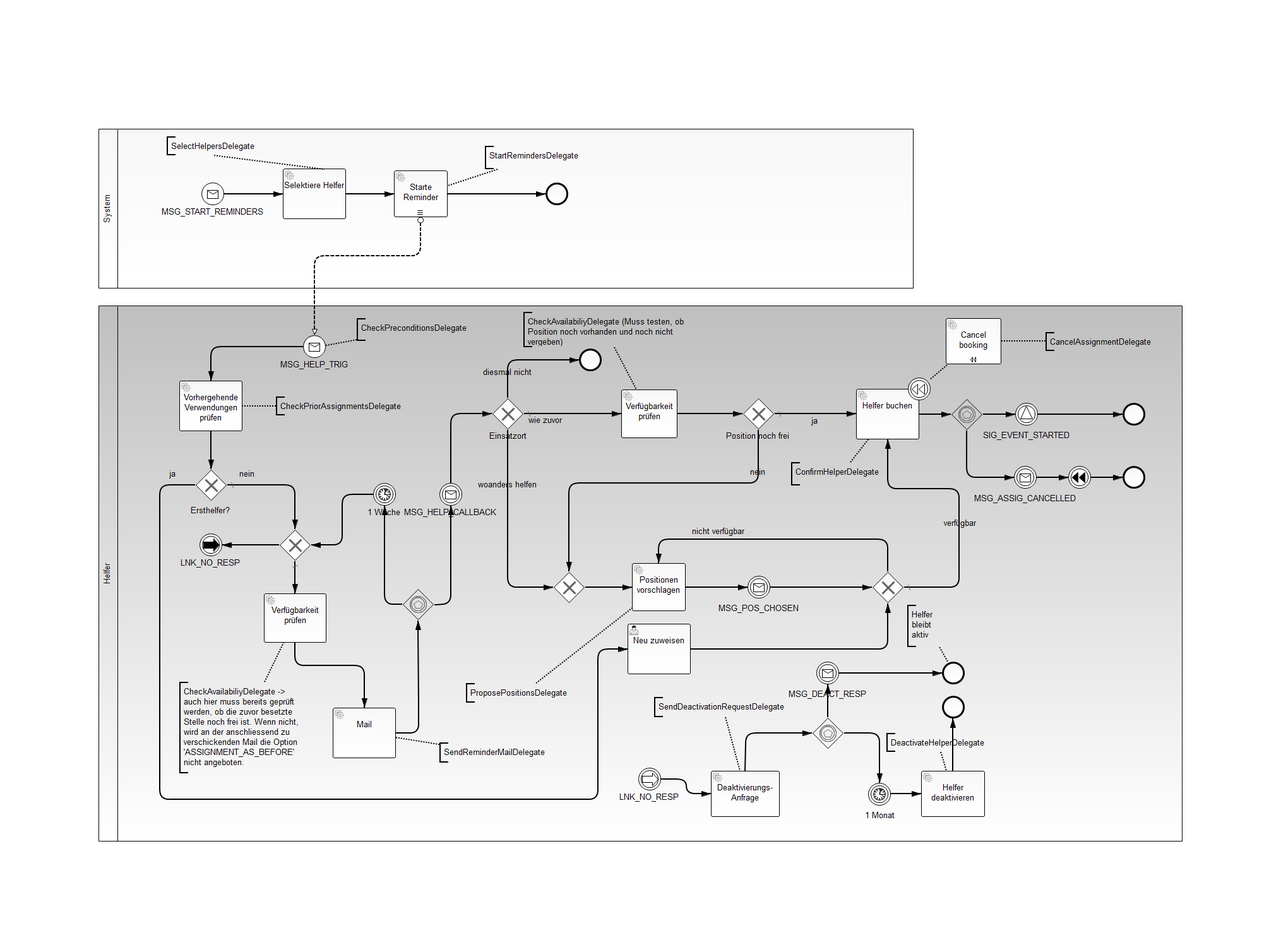
Earlier version of the BPMN export resourceplanning-bpm/src/main/resources/RequestHelp.png (gheddie/speedys-resourceplanning). Its source is kept beside it as resourceplanning-bpm/src/main/resources/RequestHelp.bpmn. Ids are renumbered.
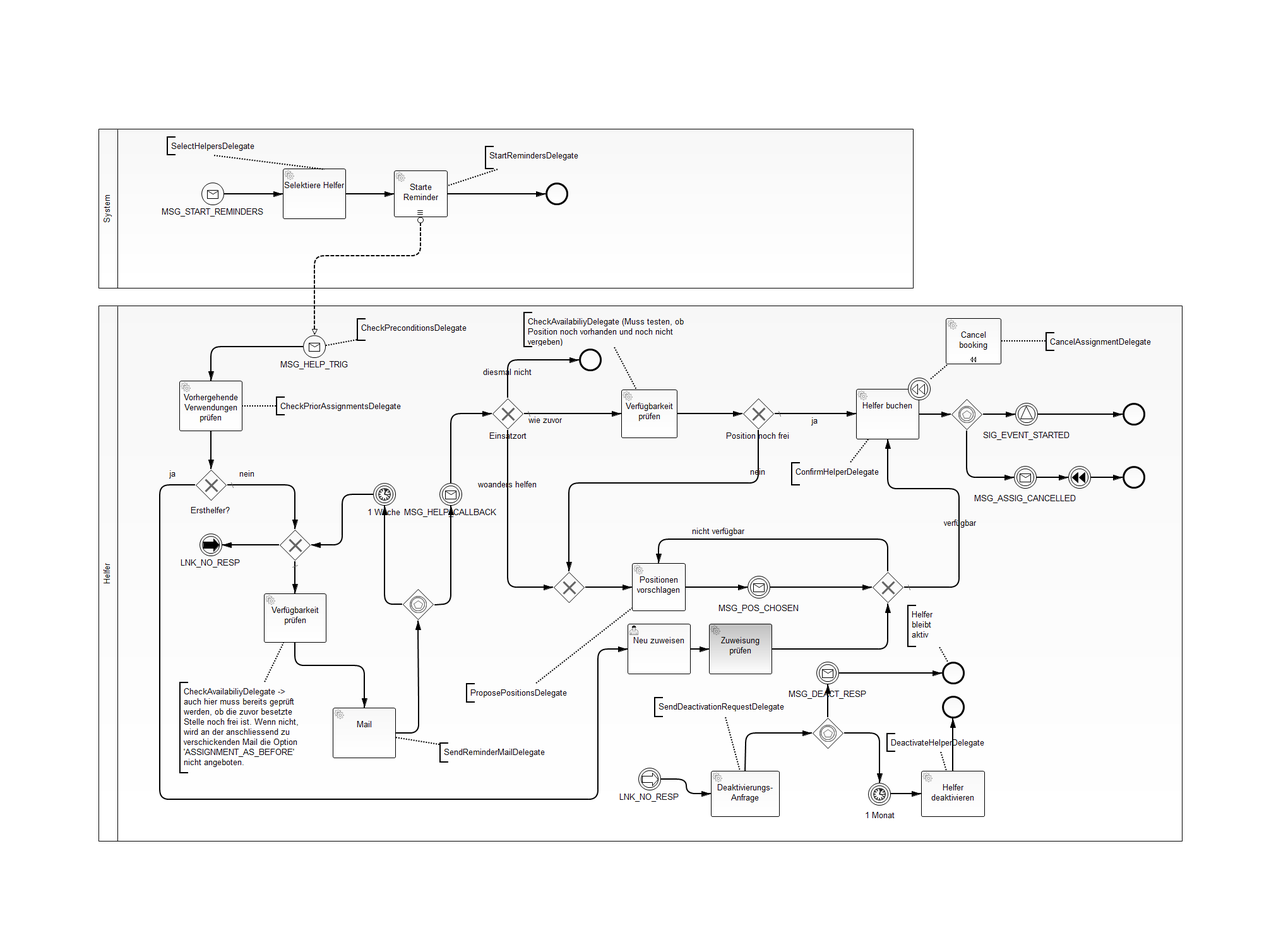
The same file after the commit.

What changed in the source:
```diff
@@ -152,7 +152,7 @@
     <bpmn:sequenceFlow id="SequenceFlow_6" name="" sourceRef="IntermediateCatchEvent_1" targetRef="EndEvent_n27"/>
     <bpmn:sequenceFlow id="SequenceFlow_9" name="" sourceRef="ExclusiveGateway_n19" targetRef="ServiceTask_4"/>
     <bpmn:sequenceFlow id="SequenceFlow_13" name="" sourceRef="ServiceTask_4" targetRef="IntermediateCatchEvent_3"/>
-    <bpmn:sequenceFlow id="SequenceFlow_14" name="" sourceRef="UserTaskManualAssignment" targetRef="ExclusiveGateway_1"/>
+    <bpmn:sequenceFlow id="SequenceFlow_14" name="" sourceRef="UserTaskManualAssignment" targetRef="ServiceTask_n28"/>
     <bpmn:sequenceFlow id="flowPosStillAvailable" name="verfügbar" sourceRef="ExclusiveGateway_1" targetRef="ServiceTask_n20"/>
     <bpmn:serviceTask id="ServiceTask_6" camunda:class="de.trispeedys.resourceplanning.delegate.requesthelp.availability.CheckAvailabilityDelegate" name="Verfügbarkeit prüfen">
       <bpmn:incoming>flowMailAttemptsOk</bpmn:incoming>
@@ -214,8 +214,8 @@
       <bpmn:messageEventDefinition id="_MessageEventDefinition_4" messageRef="Message_5"/>
     </bpmn:intermediateCatchEvent>
     <bpmn:exclusiveGateway id="ExclusiveGateway_1" default="flowPosStillAvailable">
-      <bpmn:incoming>SequenceFlow_14</bpmn:incoming>
       <bpmn:incoming>SequenceFlow_16</bpmn:incoming>
+      <bpmn:incoming>SequenceFlow_n29</bpmn:incoming>
       <bpmn:outgoing>flowPosStillAvailable</bpmn:outgoing>
       <bpmn:outgoing>flowPosNoLongerlAvailable</bpmn:outgoing>
     </bpmn:exclusiveGateway>
@@ -259,6 +259,11 @@
       <bpmn:incoming>SequenceFlow_22</bpmn:incoming>
     </bpmn:endEvent>
     <bpmn:sequenceFlow id="SequenceFlow_22" name="" sourceRef="IntermediateCatchEvent_2" targetRef="EndEvent_3"/>
+    <bpmn:sequenceFlow id="SequenceFlow_n29" sourceRef="ServiceTask_n28" targetRef="ExclusiveGateway_1"/>
+    <bpmn:serviceTask id="ServiceTask_n28" camunda:class="de.trispeedys.resourceplanning.delegate.requesthelp.availability.CheckManualAssignmentDelegate" name="Zuweisung prüfen">
+      <bpmn:incoming>SequenceFlow_14</bpmn:incoming>
+      <bpmn:outgoing>SequenceFlow_n29</bpmn:outgoing>
+    </bpmn:serviceTask>
     <bpmn:association id="Association_7" sourceRef="TextAnnotation_7" targetRef="ServiceTask_n10"/>
     <bpmn:association id="Association_1" sourceRef="TextAnnotation_1" targetRef="StartEvent_n4"/>
     <bpmn:association id="Association_5" sourceRef="TextAnnotation_5" targetRef="ServiceTask_n20"/>
@@ -770,8 +775,7 @@
       </bpmndi:BPMNShape>
       <bpmndi:BPMNEdge id="BPMNEdge_SequenceFlow_16" bpmnElement="SequenceFlow_14" sourceElement="UserTask_0htyumw_di" targetElement="_BPMNShape_ExclusiveGateway_4">
         <di:waypoint xsi:type="dc:Point" x="1094.0" y="1028.0"/>
-        <di:waypoint xsi:type="dc:Point" x="1406.0" y="1028.0"/>
-        <di:waypoint xsi:type="dc:Point" x="1406.0" y="955.0"/>
+        <di:waypoint xsi:type="dc:Point" x="1123.0" y="1028.0"/>
         <bpmndi:BPMNLabel>
           <dc:Bounds height="6.0" width="6.0" x="1275.0" y="936.0"/>
         </bpmndi:BPMNLabel>
@@ -915,6 +919,17 @@
         <di:waypoint xsi:type="dc:Point" x="1656.0" y="541.0"/>
         <di:waypoint xsi:type="dc:Point" x="1586.0" y="540.0"/>
       </bpmndi:BPMNEdge>
+      <bpmndi:BPMNEdge id="SequenceFlow_n29_di" bpmnElement="SequenceFlow_n29">
+        <di:waypoint xsi:type="dc:Point" x="1223.0" y="1028.0"/>
+        <di:waypoint xsi:type="dc:Point" x="1406.0" y="1028.0"/>
+        <di:waypoint xsi:type="dc:Point" x="1406.0" y="955.0"/>
+        <bpmndi:BPMNLabel>
+          <dc:Bounds height="20.0" width="90.0" x="1269.5" y="1018.0"/>
+        </bpmndi:BPMNLabel>
+      </bpmndi:BPMNEdge>
+      <bpmndi:BPMNShape id="ServiceTask_n28_di" bpmnElement="ServiceTask_n28">
+        <dc:Bounds height="80.0" width="100.0" x="1123.3202" y="988.0"/>
+      </bpmndi:BPMNShape>
     </bpmndi:BPMNPlane>
   </bpmndi:BPMNDiagram>
 </bpmn:definitions>
```
